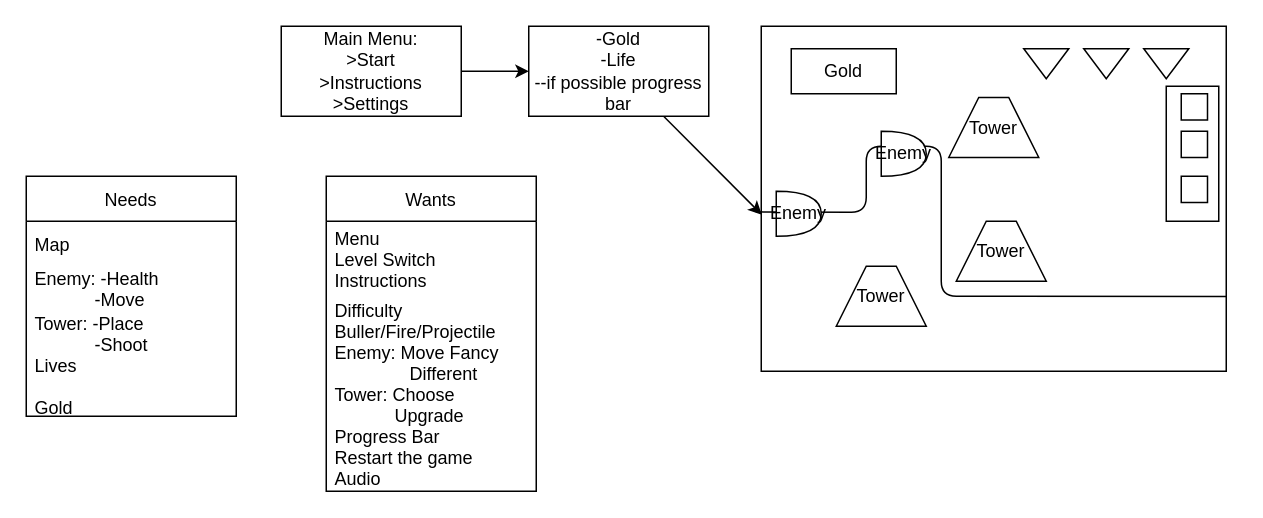
kyle8011/CSE210_final_project keeps this draw.io diagram as diagram.drawio. Above is the earlier version. Source tidied: cells renumbered, new cells numbered last; positions are measured from the earlier drawing's top-left corner, leaving out a move shared by most shapes. Both pictures are drawn from the tidied source at 150%, with x=0, y=0 at pixel (26, 26).
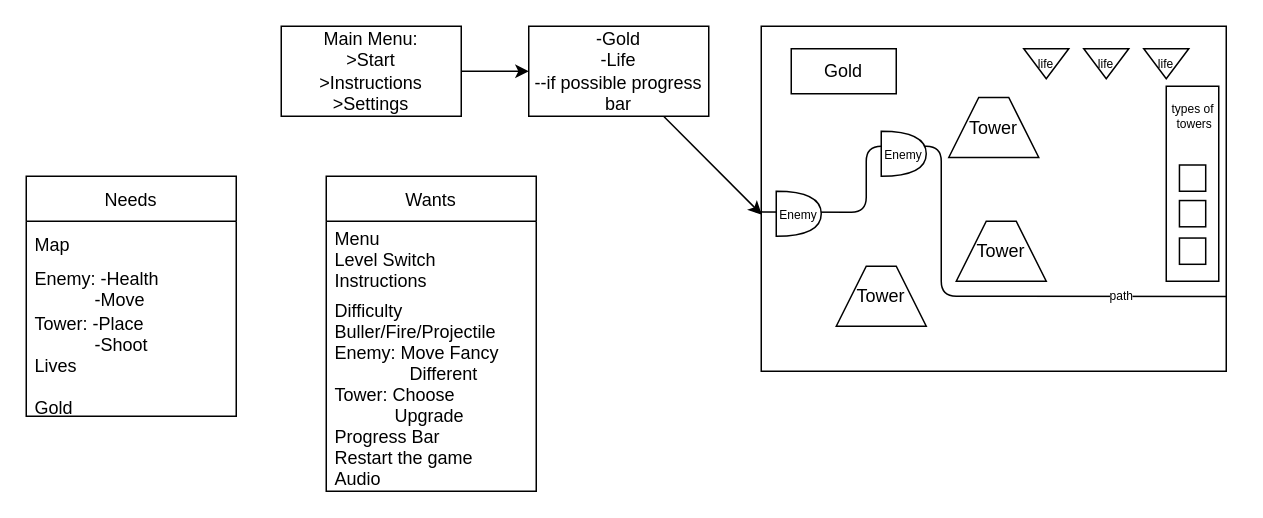
Above is the later version.

Commit message (it also covers changes not shown here):
diagram modification

Unchanged cells that the change refers to:
```xml
<mxCell id="15" style="endArrow=none;html=1;exitX=-0.012;exitY=0.538;exitDx=0;exitDy=0;exitPerimeter=0;entryX=1;entryY=0.783;entryDx=0;entryDy=0;entryPerimeter=0;" parent="1" edge="1" source="6" target="6">
  <mxGeometry relative="1" as="geometry">
    <Array as="points">
      <mxPoint x="560" y="124" />
      <mxPoint x="560" y="80" />
      <mxPoint x="610" y="80" />
      <mxPoint x="610" y="180" />
    </Array>
  </mxGeometry>
</mxCell>
```

What changed in the source:
```diff
@@
-    <mxCell id="8" style="triangle;whiteSpace=wrap;html=1;rotation=90;" parent="1" vertex="1">
-      <mxGeometry x="750" y="10" width="20" height="30" as="geometry" />
-    </mxCell>
-    <mxCell id="9" style="triangle;whiteSpace=wrap;html=1;rotation=90;" parent="1" vertex="1">
-      <mxGeometry x="710" y="10" width="20" height="30" as="geometry" />
-    </mxCell>
@@
     <mxCell id="11" style="rounded=0;whiteSpace=wrap;html=1;" parent="1" vertex="1">
-      <mxGeometry x="760" y="40" width="35" height="90" as="geometry" />
+      <mxGeometry x="760" y="40" width="35" height="130" as="geometry" />
     </mxCell>
     <mxCell id="12" style="whiteSpace=wrap;html=1;" parent="1" vertex="1">
-      <mxGeometry x="770" y="45" width="17.5" height="17.5" as="geometry" />
+      <mxGeometry x="768.8" y="92.5" width="17.5" height="17.5" as="geometry" />
     </mxCell>
     <mxCell id="13" style="whiteSpace=wrap;html=1;" parent="1" vertex="1">
-      <mxGeometry x="770" y="70" width="17.5" height="17.5" as="geometry" />
+      <mxGeometry x="768.8" y="116.2" width="17.5" height="17.5" as="geometry" />
     </mxCell>
     <mxCell id="14" style="whiteSpace=wrap;html=1;" parent="1" vertex="1">
-      <mxGeometry x="770" y="100" width="17.5" height="17.5" as="geometry" />
+      <mxGeometry x="768.8" y="141.2" width="17.5" height="17.5" as="geometry" />
     </mxCell>
@@
+    <mxCell id="28" value="path" style="edgeLabel;html=1;align=center;verticalAlign=middle;fontSize=8;" parent="15" vertex="1">
+      <mxGeometry x="0.69" y="1" relative="1" as="geometry" />
+    </mxCell>
-    <mxCell id="16" value="Enemy" style="shape=or;whiteSpace=wrap;html=1;" parent="1" vertex="1">
+    <mxCell id="16" value="&lt;font style=&quot;font-size: 8px&quot;&gt;Enemy&lt;/font&gt;" style="shape=or;whiteSpace=wrap;html=1;" parent="1" vertex="1">
       <mxGeometry x="500" y="110" width="30" height="30" as="geometry" />
     </mxCell>
-    <mxCell id="17" value="Enemy" style="shape=or;whiteSpace=wrap;html=1;" parent="1" vertex="1">
+    <mxCell id="17" value="&lt;font style=&quot;font-size: 8px&quot;&gt;Enemy&lt;/font&gt;" style="shape=or;whiteSpace=wrap;html=1;" parent="1" vertex="1">
       <mxGeometry x="570" y="70" width="30" height="30" as="geometry" />
     </mxCell>
@@
+    <mxCell id="9" style="triangle;whiteSpace=wrap;html=1;rotation=90;" parent="1" vertex="1">
+      <mxGeometry x="710" y="10" width="20" height="30" as="geometry" />
+    </mxCell>
+    <mxCell id="8" style="triangle;whiteSpace=wrap;html=1;rotation=90;" parent="1" vertex="1">
+      <mxGeometry x="750" y="10" width="20" height="30" as="geometry" />
+    </mxCell>
+    <mxCell id="29" value="life" style="text;html=1;strokeColor=none;fillColor=none;align=center;verticalAlign=middle;whiteSpace=wrap;rounded=0;fontSize=8;" parent="1" vertex="1">
+      <mxGeometry x="650" y="10" width="60" height="30" as="geometry" />
+    </mxCell>
+    <mxCell id="30" value="life" style="text;html=1;strokeColor=none;fillColor=none;align=center;verticalAlign=middle;whiteSpace=wrap;rounded=0;fontSize=8;" parent="1" vertex="1">
+      <mxGeometry x="690" y="10" width="60" height="30" as="geometry" />
+    </mxCell>
+    <mxCell id="31" value="life" style="text;html=1;strokeColor=none;fillColor=none;align=center;verticalAlign=middle;whiteSpace=wrap;rounded=0;fontSize=8;" parent="1" vertex="1">
+      <mxGeometry x="730" y="10" width="60" height="30" as="geometry" />
+    </mxCell>
+    <mxCell id="32" value="&lt;font style=&quot;font-size: 8px&quot;&gt;types of&lt;br&gt;&amp;nbsp;towers&lt;/font&gt;" style="text;html=1;strokeColor=none;fillColor=none;align=center;verticalAlign=middle;whiteSpace=wrap;rounded=0;fontSize=6;" parent="1" vertex="1">
+      <mxGeometry x="747.5" y="45" width="60" height="30" as="geometry" />
+    </mxCell>
```
